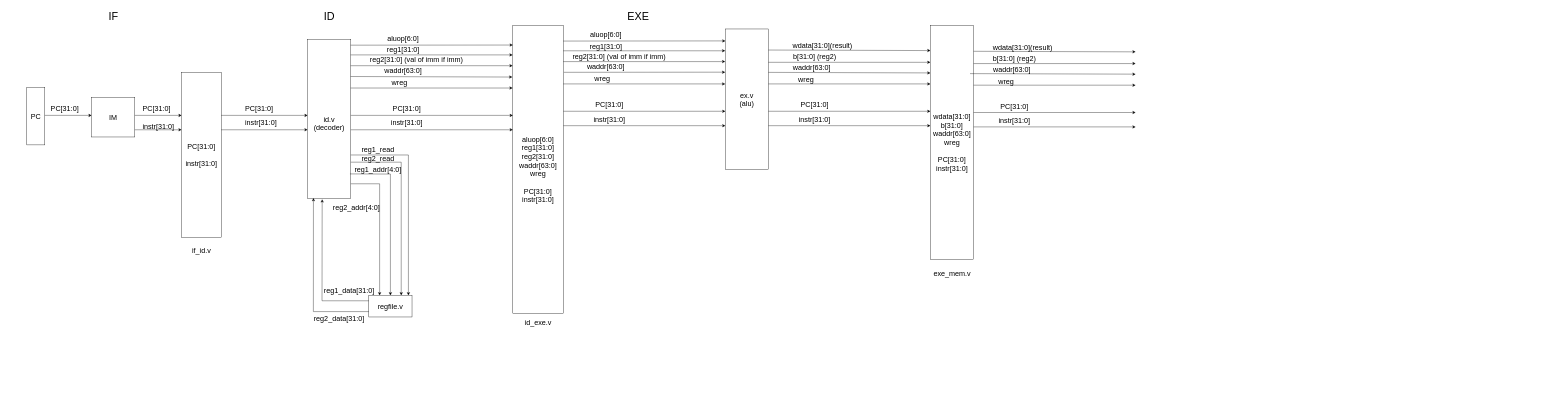
Earlier version of the draw.io diagram Untitled Diagram.drawio (li-ziang/-.cpp). Source tidied: cells renumbered, new cells numbered last; positions are measured from the earlier drawing's top-left corner, leaving out a move shared by most shapes. Both pictures are drawn from the tidied source at 36%, with x=0, y=0 at pixel (27, 11).
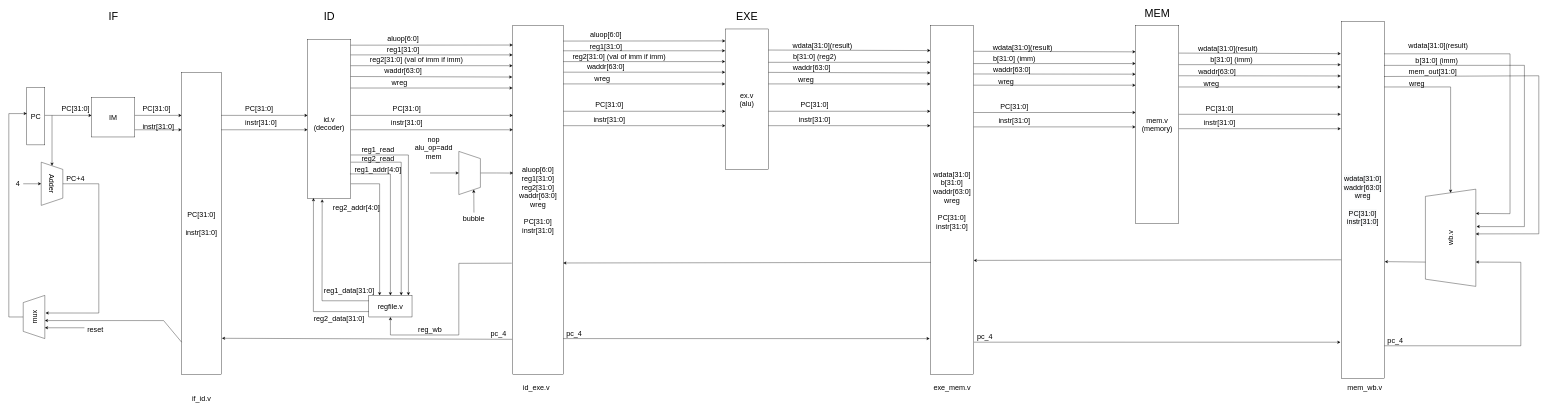
Above is the later version.

Unchanged cells that the change refers to:
```xml
<mxCell id="18" value="regfile.v" style="rounded=0;whiteSpace=wrap;html=1;fontSize=20;align=center;" parent="1" vertex="1">
  <mxGeometry x="950" y="790" width="120" height="60" as="geometry" />
</mxCell>
```

Diff of the diagram source:
```diff
@@
     <mxCell id="5" value="&lt;font style=&quot;font-size: 20px&quot;&gt;PC[31:0]&lt;/font&gt;" style="text;html=1;align=center;verticalAlign=middle;strokeColor=none;fillColor=none;" parent="1" vertex="1">
-      <mxGeometry x="60" y="260" width="90" height="20" as="geometry" />
+      <mxGeometry x="90" y="260" width="90" height="20" as="geometry" />
     </mxCell>
@@
     <mxCell id="10" value="&lt;font style=&quot;font-size: 20px&quot;&gt;PC[31:0]&lt;br&gt;&lt;br&gt;instr[31:0]&lt;/font&gt;" style="rounded=0;whiteSpace=wrap;html=1;align=center;" parent="1" vertex="1">
-      <mxGeometry x="430" y="170" width="110" height="460" as="geometry" />
+      <mxGeometry x="430" y="170" width="110" height="840" as="geometry" />
     </mxCell>
@@
     <mxCell id="12" value="if_id.v&lt;br&gt;" style="text;html=1;align=center;verticalAlign=middle;strokeColor=none;fillColor=none;fontSize=20;" parent="1" vertex="1">
-      <mxGeometry x="450" y="650" width="70" height="30" as="geometry" />
+      <mxGeometry x="450" y="1060" width="70" height="30" as="geometry" />
     </mxCell>
@@
     <mxCell id="32" value="aluop[6:0]&lt;br&gt;reg1[31:0]&lt;br&gt;reg2[31:0]&lt;br&gt;waddr[63:0]&lt;br&gt;wreg&lt;br&gt;&lt;br&gt;PC[31:0]&lt;br&gt;instr[31:0]" style="rounded=0;whiteSpace=wrap;html=1;fontSize=20;align=center;" parent="1" vertex="1">
-      <mxGeometry x="1350" y="40" width="140" height="800" as="geometry" />
+      <mxGeometry x="1350" y="40" width="140" height="970" as="geometry" />
     </mxCell>
@@
     <mxCell id="37" value="&lt;span style=&quot;font-size: 30px&quot;&gt;EXE&lt;/span&gt;" style="text;html=1;align=center;verticalAlign=middle;strokeColor=none;fillColor=none;" parent="1" vertex="1">
-      <mxGeometry x="1658" width="80" height="30" as="geometry" />
+      <mxGeometry x="1960" width="80" height="30" as="geometry" />
     </mxCell>
@@
     <mxCell id="62" value="id_exe.v" style="text;html=1;align=center;verticalAlign=middle;strokeColor=none;fillColor=none;fontSize=20;" parent="1" vertex="1">
-      <mxGeometry x="1375" y="850" width="90" height="30" as="geometry" />
+      <mxGeometry x="1370" y="1030" width="90" height="30" as="geometry" />
     </mxCell>
@@
-    <mxCell id="65" style="endArrow=classic;html=1;rounded=0;fontSize=20;exitX=1.013;exitY=0.163;exitDx=0;exitDy=0;exitPerimeter=0;" parent="1" edge="1" source="32">
+    <mxCell id="65" style="endArrow=classic;html=1;rounded=0;fontSize=20;exitX=1.007;exitY=0.134;exitDx=0;exitDy=0;exitPerimeter=0;" parent="1" edge="1" source="32">
       <mxGeometry relative="1" as="geometry">
         <mxPoint x="1940" y="170" as="targetPoint" />
       </mxGeometry>
     </mxCell>
@@
     <mxCell id="76" value="wdata[31:0]&lt;br&gt;b[31:0]&lt;br&gt;waddr[63:0]&lt;br&gt;wreg&lt;br&gt;&lt;br&gt;PC[31:0]&lt;br&gt;instr[31:0]" style="rounded=0;whiteSpace=wrap;html=1;fontSize=20;align=center;" parent="1" vertex="1">
-      <mxGeometry x="2510" y="40" width="120" height="650" as="geometry" />
+      <mxGeometry x="2510" y="40" width="120" height="970" as="geometry" />
     </mxCell>
     <mxCell id="77" value="exe_mem.v" style="text;html=1;align=center;verticalAlign=middle;strokeColor=none;fillColor=none;fontSize=20;" parent="1" vertex="1">
-      <mxGeometry x="2510" y="715" width="120" height="30" as="geometry" />
+      <mxGeometry x="2510" y="1030" width="120" height="30" as="geometry" />
     </mxCell>
@@
-    <mxCell id="83" value="b[31:0] (reg2)" style="text;html=1;align=center;verticalAlign=middle;strokeColor=none;fillColor=none;fontSize=20;" parent="1" vertex="1">
-      <mxGeometry x="2673" y="117" width="140" height="30" as="geometry" />
+    <mxCell id="83" value="b[31:0] (imm)" style="text;html=1;align=center;verticalAlign=middle;strokeColor=none;fillColor=none;fontSize=20;" parent="1" vertex="1">
+      <mxGeometry x="2678" y="117" width="130" height="30" as="geometry" />
     </mxCell>
     <mxCell id="84" style="endArrow=classic;html=1;rounded=0;fontSize=20;" parent="1" edge="1">
       <mxGeometry relative="1" as="geometry">
-        <mxPoint x="2620" y="174" as="sourcePoint" />
+        <mxPoint x="2630" y="175" as="sourcePoint" />
         <mxPoint x="3080" y="175.5" as="targetPoint" />
       </mxGeometry>
     </mxCell>
@@
+    <mxCell id="90" value="mem.v&lt;br&gt;(memory)" style="rounded=0;whiteSpace=wrap;html=1;fontSize=20;align=center;" parent="1" vertex="1">
+      <mxGeometry x="3080" y="40" width="120" height="550" as="geometry" />
+    </mxCell>
+    <mxCell id="91" value="&lt;span style=&quot;font-size: 30px&quot;&gt;MEM&lt;/span&gt;" style="text;html=1;align=center;verticalAlign=middle;strokeColor=none;fillColor=none;" parent="1" vertex="1">
+      <mxGeometry x="3095" y="-10" width="90" height="30" as="geometry" />
+    </mxCell>
+    <mxCell id="92" value="waddr[63:0]" style="text;html=1;align=center;verticalAlign=middle;strokeColor=none;fillColor=none;fontSize=20;" parent="1" vertex="1">
+      <mxGeometry x="3245.5" y="152" width="120" height="30" as="geometry" />
+    </mxCell>
+    <mxCell id="93" value="wreg" style="text;html=1;align=center;verticalAlign=middle;strokeColor=none;fillColor=none;fontSize=20;" parent="1" vertex="1">
+      <mxGeometry x="3259.5" y="185" width="60" height="30" as="geometry" />
+    </mxCell>
+    <mxCell id="94" value="&lt;font style=&quot;font-size: 20px&quot;&gt;PC[31:0]&lt;/font&gt;" style="text;html=1;align=center;verticalAlign=middle;strokeColor=none;fillColor=none;" parent="1" vertex="1">
+      <mxGeometry x="3268" y="260" width="90" height="20" as="geometry" />
+    </mxCell>
+    <mxCell id="95" value="&lt;font style=&quot;font-size: 20px&quot;&gt;instr[31:0]&lt;/font&gt;" style="text;html=1;align=center;verticalAlign=middle;strokeColor=none;fillColor=none;" parent="1" vertex="1">
+      <mxGeometry x="3263" y="300" width="100" height="20" as="geometry" />
+    </mxCell>
+    <mxCell id="96" value="wdata[31:0](result)" style="text;html=1;align=center;verticalAlign=middle;strokeColor=none;fillColor=none;fontSize=20;" parent="1" vertex="1">
+      <mxGeometry x="3245.5" y="90" width="180" height="30" as="geometry" />
+    </mxCell>
+    <mxCell id="97" style="endArrow=classic;html=1;rounded=0;fontSize=20;" parent="1" edge="1">
+      <mxGeometry relative="1" as="geometry">
+        <mxPoint x="3200" y="180" as="sourcePoint" />
+        <mxPoint x="3650" y="180.5" as="targetPoint" />
+      </mxGeometry>
+    </mxCell>
+    <mxCell id="98" style="endArrow=classic;html=1;rounded=0;fontSize=20;" parent="1" edge="1">
+      <mxGeometry relative="1" as="geometry">
+        <mxPoint x="3200" y="211.1" as="sourcePoint" />
+        <mxPoint x="3650" y="211.1" as="targetPoint" />
+      </mxGeometry>
+    </mxCell>
+    <mxCell id="99" style="endArrow=classic;html=1;rounded=0;fontSize=20;" parent="1" edge="1">
+      <mxGeometry relative="1" as="geometry">
+        <mxPoint x="3200" y="287" as="sourcePoint" />
+        <mxPoint x="3650" y="287" as="targetPoint" />
+      </mxGeometry>
+    </mxCell>
+    <mxCell id="100" style="endArrow=classic;html=1;rounded=0;fontSize=20;" parent="1" edge="1">
+      <mxGeometry relative="1" as="geometry">
+        <mxPoint x="3200" y="327" as="sourcePoint" />
+        <mxPoint x="3650" y="327" as="targetPoint" />
+      </mxGeometry>
+    </mxCell>
+    <mxCell id="101" style="endArrow=classic;html=1;rounded=0;fontSize=20;" parent="1" edge="1">
+      <mxGeometry relative="1" as="geometry">
+        <mxPoint x="3200" y="117" as="sourcePoint" />
+        <mxPoint x="3650" y="118.5" as="targetPoint" />
+      </mxGeometry>
+    </mxCell>
+    <mxCell id="102" value="&lt;span style=&quot;color: rgb(0 , 0 , 0) ; font-family: &amp;#34;helvetica&amp;#34; ; font-size: 20px ; font-style: normal ; font-weight: 400 ; letter-spacing: normal ; text-align: center ; text-indent: 0px ; text-transform: none ; word-spacing: 0px ; background-color: rgb(248 , 249 , 250) ; display: inline ; float: none&quot;&gt;wdata[31:0]&lt;br&gt;&lt;span style=&quot;font-family: &amp;#34;helvetica&amp;#34;&quot;&gt;waddr[63:0]&lt;br&gt;&lt;/span&gt;wreg&lt;br&gt;&lt;br&gt;PC[31:0]&lt;br&gt;instr[31:0]&lt;br&gt;&lt;/span&gt;" style="rounded=0;whiteSpace=wrap;html=1;fontSize=20;align=center;" parent="1" vertex="1">
+      <mxGeometry x="3651" y="30" width="120" height="990" as="geometry" />
+    </mxCell>
+    <mxCell id="103" value="mem_out[31:0]" style="text;html=1;align=center;verticalAlign=middle;strokeColor=none;fillColor=none;fontSize=20;" parent="1" vertex="1">
+      <mxGeometry x="3829.5" y="152" width="150" height="30" as="geometry" />
+    </mxCell>
+    <mxCell id="104" style="endArrow=classic;html=1;rounded=0;fontSize=20;entryX=0.54;entryY=0.998;entryDx=0;entryDy=0;entryPerimeter=0;" parent="1" edge="1" target="108">
+      <mxGeometry relative="1" as="geometry">
+        <mxPoint x="3770" y="182" as="sourcePoint" />
+        <Array as="points">
+          <mxPoint x="4200" y="180" />
+          <mxPoint x="4200" y="619" />
+        </Array>
+      </mxGeometry>
+    </mxCell>
+    <mxCell id="105" style="endArrow=classic;html=1;rounded=0;fontSize=20;entryX=0.75;entryY=1;entryDx=0;entryDy=0;" parent="1" edge="1" target="108">
+      <mxGeometry relative="1" as="geometry">
+        <mxPoint x="3770" y="119" as="sourcePoint" />
+        <Array as="points">
+          <mxPoint x="4120" y="119" />
+          <mxPoint x="4120" y="563" />
+        </Array>
+      </mxGeometry>
+    </mxCell>
+    <mxCell id="106" value="mem_wb.v" style="text;html=1;align=center;verticalAlign=middle;strokeColor=none;fillColor=none;fontSize=20;" parent="1" vertex="1">
+      <mxGeometry x="3661" y="1030" width="110" height="30" as="geometry" />
+    </mxCell>
+    <mxCell id="107" value="wdata[31:0](result)" style="text;html=1;align=center;verticalAlign=middle;strokeColor=none;fillColor=none;fontSize=20;" parent="1" vertex="1">
+      <mxGeometry x="3830" y="80" width="180" height="30" as="geometry" />
+    </mxCell>
+    <mxCell id="108" value="wb.v" style="shape=trapezoid;perimeter=trapezoidPerimeter;whiteSpace=wrap;html=1;fixedSize=1;fontSize=20;align=center;rotation=-90;" parent="1" vertex="1">
+      <mxGeometry x="3820" y="560" width="270" height="140" as="geometry" />
+    </mxCell>
+    <mxCell id="109" value="wreg" style="text;html=1;align=center;verticalAlign=middle;strokeColor=none;fillColor=none;fontSize=20;" parent="1" vertex="1">
+      <mxGeometry x="3830.5" y="185" width="60" height="30" as="geometry" />
+    </mxCell>
+    <mxCell id="110" style="endArrow=classic;html=1;rounded=0;fontSize=20;entryX=1;entryY=0.5;entryDx=0;entryDy=0;" parent="1" edge="1" target="108">
+      <mxGeometry relative="1" as="geometry">
+        <mxPoint x="3771" y="211.1" as="sourcePoint" />
+        <Array as="points">
+          <mxPoint x="3955" y="211" />
+        </Array>
+      </mxGeometry>
+    </mxCell>
+    <mxCell id="111" value="b[31:0] (imm)" style="text;html=1;align=center;verticalAlign=middle;strokeColor=none;fillColor=none;fontSize=20;" parent="1" vertex="1">
+      <mxGeometry x="3280.5" y="120" width="130" height="30" as="geometry" />
+    </mxCell>
+    <mxCell id="112" style="endArrow=classic;html=1;rounded=0;fontSize=20;" parent="1" edge="1">
+      <mxGeometry relative="1" as="geometry">
+        <mxPoint x="3200" y="149.1" as="sourcePoint" />
+        <mxPoint x="3650" y="149.1" as="targetPoint" />
+      </mxGeometry>
+    </mxCell>
+    <mxCell id="113" value="b[31:0] (imm)" style="text;html=1;align=center;verticalAlign=middle;strokeColor=none;fillColor=none;fontSize=20;" parent="1" vertex="1">
+      <mxGeometry x="3850.5" y="122" width="130" height="30" as="geometry" />
+    </mxCell>
+    <mxCell id="114" style="endArrow=classic;html=1;rounded=0;fontSize=20;entryX=0.615;entryY=1.014;entryDx=0;entryDy=0;entryPerimeter=0;" parent="1" edge="1" target="108">
+      <mxGeometry relative="1" as="geometry">
+        <mxPoint x="3770" y="151.1" as="sourcePoint" />
+        <Array as="points">
+          <mxPoint x="4160" y="151" />
+          <mxPoint x="4160" y="599" />
+        </Array>
+      </mxGeometry>
+    </mxCell>
+    <mxCell id="115" style="endArrow=classic;html=1;rounded=0;fontSize=20;entryX=-0.017;entryY=0.897;entryDx=0;entryDy=0;entryPerimeter=0;" parent="1" edge="1" target="76">
+      <mxGeometry relative="1" as="geometry">
+        <mxPoint x="1490" y="910" as="sourcePoint" />
+      </mxGeometry>
+    </mxCell>
+    <mxCell id="116" value="pc_4" style="text;html=1;align=center;verticalAlign=middle;strokeColor=none;fillColor=none;fontSize=20;" parent="1" vertex="1">
+      <mxGeometry x="1490" y="880" width="60" height="30" as="geometry" />
+    </mxCell>
+    <mxCell id="117" style="endArrow=classic;html=1;rounded=0;fontSize=20;entryX=-0.017;entryY=0.897;entryDx=0;entryDy=0;entryPerimeter=0;" parent="1" edge="1">
+      <mxGeometry relative="1" as="geometry">
+        <mxPoint x="2631" y="920" as="sourcePoint" />
+        <mxPoint x="3649" y="920.1" as="targetPoint" />
+      </mxGeometry>
+    </mxCell>
+    <mxCell id="118" value="pc_4" style="text;html=1;align=center;verticalAlign=middle;strokeColor=none;fillColor=none;fontSize=20;" parent="1" vertex="1">
+      <mxGeometry x="2631" y="890" width="60" height="30" as="geometry" />
+    </mxCell>
+    <mxCell id="119" style="endArrow=classic;html=1;rounded=0;fontSize=20;entryX=0.25;entryY=1;entryDx=0;entryDy=0;" parent="1" edge="1" target="108">
+      <mxGeometry relative="1" as="geometry">
+        <mxPoint x="3771" y="930" as="sourcePoint" />
+        <Array as="points">
+          <mxPoint x="4150" y="930" />
+          <mxPoint x="4150" y="698" />
+        </Array>
+      </mxGeometry>
+    </mxCell>
+    <mxCell id="120" value="pc_4" style="text;html=1;align=center;verticalAlign=middle;strokeColor=none;fillColor=none;fontSize=20;" parent="1" vertex="1">
+      <mxGeometry x="3771" y="900" width="60" height="30" as="geometry" />
+    </mxCell>
+    <mxCell id="121" style="endArrow=classic;html=1;rounded=0;fontSize=20;exitX=0.25;exitY=0;exitDx=0;exitDy=0;entryX=1.008;entryY=0.673;entryDx=0;entryDy=0;entryPerimeter=0;" parent="1" edge="1" source="108" target="102">
+      <mxGeometry relative="1" as="geometry" />
+    </mxCell>
+    <mxCell id="122" style="endArrow=classic;html=1;rounded=0;fontSize=20;exitX=0.25;exitY=0;exitDx=0;exitDy=0;entryX=1;entryY=0.673;entryDx=0;entryDy=0;entryPerimeter=0;" parent="1" edge="1" target="76">
+      <mxGeometry relative="1" as="geometry">
+        <mxPoint x="3651" y="691.2" as="sourcePoint" />
+      </mxGeometry>
+    </mxCell>
+    <mxCell id="123" style="endArrow=classic;html=1;rounded=0;fontSize=20;exitX=0.25;exitY=0;exitDx=0;exitDy=0;entryX=1;entryY=0.673;entryDx=0;entryDy=0;entryPerimeter=0;" parent="1" edge="1">
+      <mxGeometry relative="1" as="geometry">
+        <mxPoint x="2511" y="698.4" as="sourcePoint" />
+        <mxPoint x="1490" y="700" as="targetPoint" />
+      </mxGeometry>
+    </mxCell>
+    <mxCell id="124" style="endArrow=classic;html=1;rounded=0;fontSize=20;exitX=-0.021;exitY=0.681;exitDx=0;exitDy=0;exitPerimeter=0;entryX=0.5;entryY=1;entryDx=0;entryDy=0;" parent="1" edge="1" source="32" target="18">
+      <mxGeometry relative="1" as="geometry">
+        <Array as="points">
+          <mxPoint x="1200" y="701" />
+          <mxPoint x="1200" y="900" />
+          <mxPoint x="1010" y="900" />
+        </Array>
+      </mxGeometry>
+    </mxCell>
+    <mxCell id="125" value="reg_wb" style="text;html=1;strokeColor=none;fillColor=none;align=center;verticalAlign=middle;whiteSpace=wrap;rounded=0;fontSize=20;" parent="1" vertex="1">
+      <mxGeometry x="1090" y="870" width="60" height="30" as="geometry" />
+    </mxCell>
+    <mxCell id="126" style="endArrow=classic;html=1;rounded=0;fontSize=20;exitX=-0.014;exitY=0.899;exitDx=0;exitDy=0;exitPerimeter=0;entryX=1.018;entryY=0.88;entryDx=0;entryDy=0;entryPerimeter=0;" parent="1" edge="1" source="32" target="10">
+      <mxGeometry relative="1" as="geometry" />
+    </mxCell>
+    <mxCell id="127" value="pc_4" style="text;html=1;align=center;verticalAlign=middle;strokeColor=none;fillColor=none;fontSize=20;" parent="1" vertex="1">
+      <mxGeometry x="1280" y="880" width="60" height="30" as="geometry" />
+    </mxCell>
+    <mxCell id="128" style="endArrow=classic;html=1;rounded=0;fontSize=20;" parent="1" edge="1" target="129">
+      <mxGeometry relative="1" as="geometry">
+        <mxPoint x="70" y="290" as="sourcePoint" />
+      </mxGeometry>
+    </mxCell>
+    <mxCell id="129" value="Adder" style="shape=trapezoid;perimeter=trapezoidPerimeter;whiteSpace=wrap;html=1;fixedSize=1;fontSize=20;align=center;rotation=90;" parent="1" vertex="1">
+      <mxGeometry x="10" y="450" width="120" height="60" as="geometry" />
+    </mxCell>
+    <mxCell id="130" style="endArrow=classic;html=1;rounded=0;fontSize=20;entryX=0.592;entryY=1.033;entryDx=0;entryDy=0;entryPerimeter=0;" parent="1" edge="1" target="135">
+      <mxGeometry relative="1" as="geometry">
+        <mxPoint x="100" y="480" as="sourcePoint" />
+        <Array as="points">
+          <mxPoint x="200" y="480" />
+          <mxPoint x="200" y="839" />
+        </Array>
+      </mxGeometry>
+    </mxCell>
+    <mxCell id="131" style="endArrow=classic;html=1;rounded=0;fontSize=20;" parent="1" edge="1">
+      <mxGeometry relative="1" as="geometry">
+        <mxPoint x="-10" y="480" as="sourcePoint" />
+        <mxPoint x="40" y="480" as="targetPoint" />
+      </mxGeometry>
+    </mxCell>
+    <mxCell id="132" value="4" style="text;html=1;align=center;verticalAlign=middle;strokeColor=none;fillColor=none;fontSize=20;" parent="1" vertex="1">
+      <mxGeometry x="-40" y="465" width="30" height="30" as="geometry" />
+    </mxCell>
+    <mxCell id="133" style="endArrow=classic;html=1;rounded=0;fontSize=20;exitX=0.5;exitY=0;exitDx=0;exitDy=0;" parent="1" edge="1" source="135">
+      <mxGeometry relative="1" as="geometry">
+        <mxPoint y="285" as="targetPoint" />
+        <Array as="points">
+          <mxPoint x="-50" y="850" />
+          <mxPoint x="-50" y="285" />
+        </Array>
+      </mxGeometry>
+    </mxCell>
+    <mxCell id="134" value="PC+4" style="text;html=1;align=center;verticalAlign=middle;strokeColor=none;fillColor=none;fontSize=20;" parent="1" vertex="1">
+      <mxGeometry x="100" y="450" width="70" height="30" as="geometry" />
+    </mxCell>
+    <mxCell id="135" value="mux" style="shape=trapezoid;perimeter=trapezoidPerimeter;whiteSpace=wrap;html=1;fixedSize=1;fontSize=20;align=center;rotation=-90;" parent="1" vertex="1">
+      <mxGeometry x="-40" y="820" width="120" height="60" as="geometry" />
+    </mxCell>
+    <mxCell id="136" style="endArrow=classic;html=1;rounded=0;fontSize=20;entryX=0.417;entryY=1;entryDx=0;entryDy=0;entryPerimeter=0;" parent="1" edge="1" target="135">
+      <mxGeometry relative="1" as="geometry">
+        <mxPoint x="430" y="920" as="sourcePoint" />
+        <Array as="points">
+          <mxPoint x="380" y="860" />
+        </Array>
+      </mxGeometry>
+    </mxCell>
+    <mxCell id="137" style="endArrow=classic;html=1;rounded=0;fontSize=20;entryX=0.25;entryY=1;entryDx=0;entryDy=0;" parent="1" edge="1" target="135">
+      <mxGeometry relative="1" as="geometry">
+        <mxPoint x="160" y="880" as="sourcePoint" />
+      </mxGeometry>
+    </mxCell>
+    <mxCell id="138" value="reset" style="text;html=1;align=center;verticalAlign=middle;strokeColor=none;fillColor=none;fontSize=20;" parent="1" vertex="1">
+      <mxGeometry x="160" y="870" width="60" height="30" as="geometry" />
+    </mxCell>
+    <mxCell id="139" style="edgeStyle=orthogonalEdgeStyle;rounded=0;jettySize=auto;html=1;exitX=0.5;exitY=0;exitDx=0;exitDy=0;entryX=0.007;entryY=0.423;entryDx=0;entryDy=0;entryPerimeter=0;fontSize=20;" parent="1" edge="1" source="140" target="32">
+      <mxGeometry relative="1" as="geometry" />
+    </mxCell>
+    <mxCell id="140" style="shape=trapezoid;perimeter=trapezoidPerimeter;whiteSpace=wrap;html=1;fixedSize=1;fontSize=20;align=center;rotation=90;" parent="1" vertex="1">
+      <mxGeometry x="1170" y="420" width="120" height="60" as="geometry" />
+    </mxCell>
+    <mxCell id="141" style="endArrow=classic;html=1;rounded=0;fontSize=20;entryX=1;entryY=0.25;entryDx=0;entryDy=0;" parent="1" edge="1" target="140">
+      <mxGeometry relative="1" as="geometry">
+        <mxPoint x="1242" y="560" as="sourcePoint" />
+      </mxGeometry>
+    </mxCell>
+    <mxCell id="142" value="bubble" style="text;html=1;align=center;verticalAlign=middle;strokeColor=none;fillColor=none;fontSize=20;" parent="1" vertex="1">
+      <mxGeometry x="1201" y="560" width="80" height="30" as="geometry" />
+    </mxCell>
+    <mxCell id="143" style="endArrow=classic;html=1;rounded=0;fontSize=20;" parent="1" edge="1">
+      <mxGeometry relative="1" as="geometry">
+        <mxPoint x="1120" y="450" as="sourcePoint" />
+        <mxPoint x="1200" y="450" as="targetPoint" />
+      </mxGeometry>
+    </mxCell>
+    <mxCell id="144" value="nop&lt;br&gt;alu_op=add&lt;br&gt;mem" style="text;html=1;align=center;verticalAlign=middle;strokeColor=none;fillColor=none;fontSize=20;" parent="1" vertex="1">
+      <mxGeometry x="1070" y="340" width="120" height="80" as="geometry" />
+    </mxCell>
```
